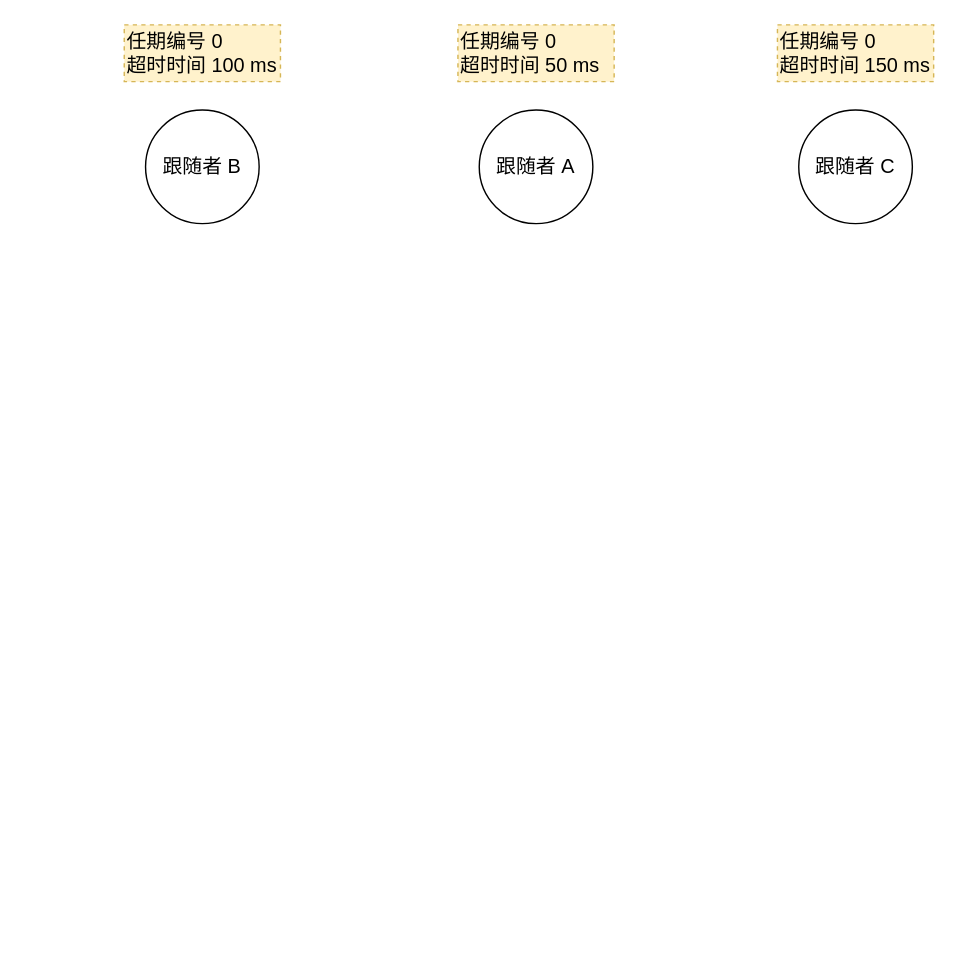
This is raft_elect.drawio from ming3000/draw_io, a draw.io file, before an edit. Source tidied: cells renumbered, new cells numbered last; positions are measured from the earlier drawing's top-left corner, leaving out a move shared by most shapes. Both pictures are drawn from the tidied source at 142%, with x=0, y=0 at pixel (124, 24).
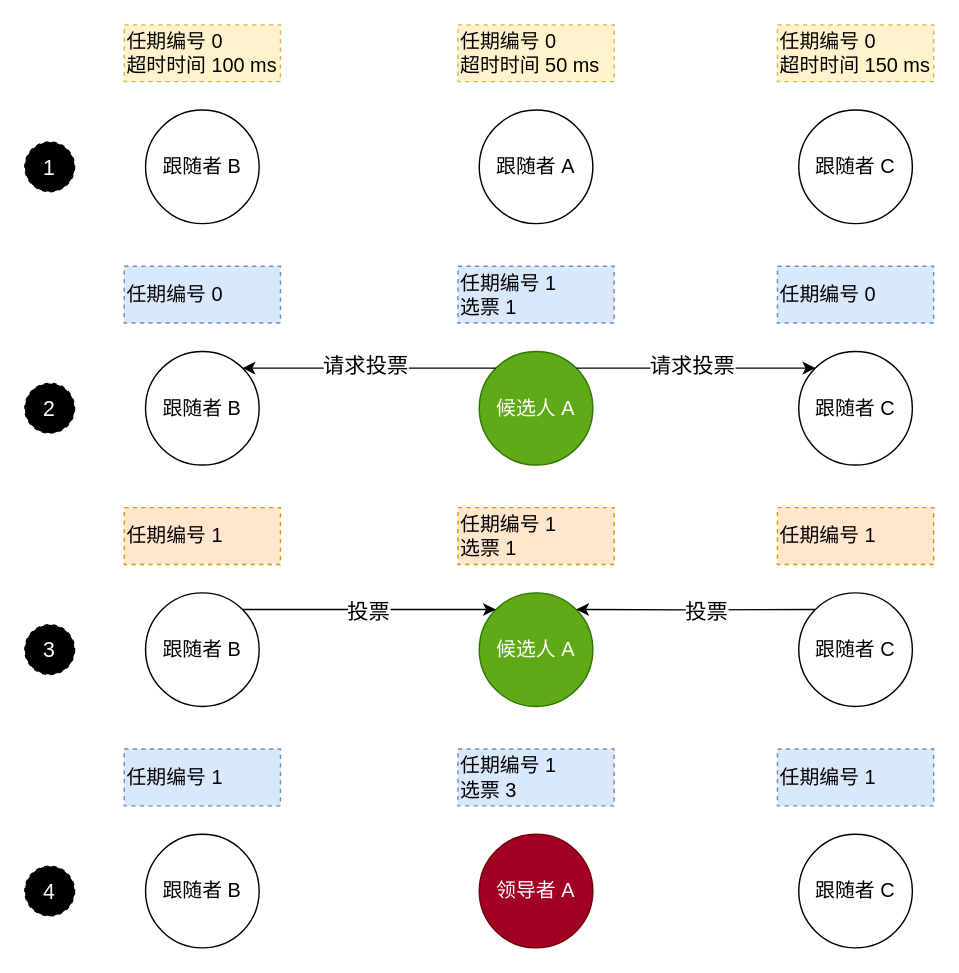
After the change.

Diff of the diagram source:
```diff
@@
+    <mxCell id="8" value="1" style="ellipse;whiteSpace=wrap;html=1;dashed=1;fontSize=15;fillColor=#000000;fontColor=#FFFFFF;" parent="1" vertex="1">
+      <mxGeometry x="-70" y="82.5" width="35" height="35" as="geometry" />
+    </mxCell>
+    <mxCell id="9" value="候选人 A" style="ellipse;whiteSpace=wrap;html=1;fontSize=14;fillColor=#60a917;fontColor=#ffffff;strokeColor=#2D7600;" parent="1" vertex="1">
+      <mxGeometry x="250" y="230" width="80" height="80" as="geometry" />
+    </mxCell>
+    <mxCell id="10" value="任期编号 1&lt;br&gt;选票 1" style="rounded=0;whiteSpace=wrap;html=1;fontSize=14;align=left;dashed=1;fillColor=#dae8fc;strokeColor=#6c8ebf;" parent="1" vertex="1">
+      <mxGeometry x="235" y="170" width="110" height="40" as="geometry" />
+    </mxCell>
+    <mxCell id="11" value="跟随者 B" style="ellipse;whiteSpace=wrap;html=1;fontSize=14;" parent="1" vertex="1">
+      <mxGeometry x="15" y="230" width="80" height="80" as="geometry" />
+    </mxCell>
+    <mxCell id="12" value="任期编号 0" style="rounded=0;whiteSpace=wrap;html=1;fontSize=14;align=left;dashed=1;fillColor=#dae8fc;strokeColor=#6c8ebf;" parent="1" vertex="1">
+      <mxGeometry y="170" width="110" height="40" as="geometry" />
+    </mxCell>
+    <mxCell id="13" value="跟随者 C" style="ellipse;whiteSpace=wrap;html=1;fontSize=14;" parent="1" vertex="1">
+      <mxGeometry x="475" y="230" width="80" height="80" as="geometry" />
+    </mxCell>
+    <mxCell id="14" value="任期编号 0" style="rounded=0;whiteSpace=wrap;html=1;fontSize=14;align=left;dashed=1;fillColor=#dae8fc;strokeColor=#6c8ebf;" parent="1" vertex="1">
+      <mxGeometry x="460" y="170" width="110" height="40" as="geometry" />
+    </mxCell>
+    <mxCell id="15" value="2" style="ellipse;whiteSpace=wrap;html=1;dashed=1;fontSize=15;fillColor=#000000;fontColor=#FFFFFF;" parent="1" vertex="1">
+      <mxGeometry x="-70" y="252.5" width="35" height="35" as="geometry" />
+    </mxCell>
+    <mxCell id="16" style="endArrow=classic;html=1;rounded=0;fontSize=15;fontColor=#FFFFFF;exitX=0;exitY=0;exitDx=0;exitDy=0;entryX=1;entryY=0;entryDx=0;entryDy=0;" parent="1" edge="1" source="9" target="11">
+      <mxGeometry relative="1" as="geometry" />
+    </mxCell>
+    <mxCell id="17" value="请求投票" style="edgeLabel;html=1;align=center;verticalAlign=middle;fontSize=15;fontColor=#000000;" parent="16" vertex="1">
+      <mxGeometry x="0.3" y="2" relative="1" as="geometry">
+        <mxPoint x="24" y="-4" as="offset" />
+      </mxGeometry>
+    </mxCell>
+    <mxCell id="18" style="endArrow=classic;html=1;rounded=0;fontSize=15;fontColor=#FFFFFF;exitX=1;exitY=0;exitDx=0;exitDy=0;entryX=0;entryY=0;entryDx=0;entryDy=0;" parent="1" edge="1" source="9" target="13">
+      <mxGeometry relative="1" as="geometry" />
+    </mxCell>
+    <mxCell id="19" value="请求投票" style="edgeLabel;html=1;align=center;verticalAlign=middle;fontSize=15;fontColor=#000000;" parent="18" vertex="1">
+      <mxGeometry x="0.3" y="2" relative="1" as="geometry">
+        <mxPoint x="-28" as="offset" />
+      </mxGeometry>
+    </mxCell>
+    <mxCell id="20" value="候选人 A" style="ellipse;whiteSpace=wrap;html=1;fontSize=14;fillColor=#60a917;fontColor=#ffffff;strokeColor=#2D7600;" parent="1" vertex="1">
+      <mxGeometry x="250" y="400" width="80" height="80" as="geometry" />
+    </mxCell>
+    <mxCell id="21" value="任期编号 1&lt;br&gt;选票 1" style="rounded=0;whiteSpace=wrap;html=1;fontSize=14;align=left;dashed=1;fillColor=#ffe6cc;strokeColor=#d79b00;" parent="1" vertex="1">
+      <mxGeometry x="235" y="340" width="110" height="40" as="geometry" />
+    </mxCell>
+    <mxCell id="22" value="跟随者 B" style="ellipse;whiteSpace=wrap;html=1;fontSize=14;" parent="1" vertex="1">
+      <mxGeometry x="15" y="400" width="80" height="80" as="geometry" />
+    </mxCell>
+    <mxCell id="23" value="任期编号 1" style="rounded=0;whiteSpace=wrap;html=1;fontSize=14;align=left;dashed=1;fillColor=#ffe6cc;strokeColor=#d79b00;" parent="1" vertex="1">
+      <mxGeometry y="340" width="110" height="40" as="geometry" />
+    </mxCell>
+    <mxCell id="24" value="跟随者 C" style="ellipse;whiteSpace=wrap;html=1;fontSize=14;" parent="1" vertex="1">
+      <mxGeometry x="475" y="400" width="80" height="80" as="geometry" />
+    </mxCell>
+    <mxCell id="25" value="任期编号 1" style="rounded=0;whiteSpace=wrap;html=1;fontSize=14;align=left;dashed=1;fillColor=#ffe6cc;strokeColor=#d79b00;" parent="1" vertex="1">
+      <mxGeometry x="460" y="340" width="110" height="40" as="geometry" />
+    </mxCell>
+    <mxCell id="26" value="3" style="ellipse;whiteSpace=wrap;html=1;dashed=1;fontSize=15;fillColor=#000000;fontColor=#FFFFFF;" parent="1" vertex="1">
+      <mxGeometry x="-70" y="422.5" width="35" height="35" as="geometry" />
+    </mxCell>
+    <mxCell id="27" value="领导者 A" style="ellipse;whiteSpace=wrap;html=1;fontSize=14;fillColor=#a20025;fontColor=#ffffff;strokeColor=#6F0000;" parent="1" vertex="1">
+      <mxGeometry x="250" y="570" width="80" height="80" as="geometry" />
+    </mxCell>
+    <mxCell id="28" value="任期编号 1&lt;br&gt;选票 3" style="rounded=0;whiteSpace=wrap;html=1;fontSize=14;align=left;dashed=1;fillColor=#dae8fc;strokeColor=#6c8ebf;" parent="1" vertex="1">
+      <mxGeometry x="235" y="510" width="110" height="40" as="geometry" />
+    </mxCell>
+    <mxCell id="29" value="跟随者 B" style="ellipse;whiteSpace=wrap;html=1;fontSize=14;" parent="1" vertex="1">
+      <mxGeometry x="15" y="570" width="80" height="80" as="geometry" />
+    </mxCell>
+    <mxCell id="30" value="任期编号 1" style="rounded=0;whiteSpace=wrap;html=1;fontSize=14;align=left;dashed=1;fillColor=#dae8fc;strokeColor=#6c8ebf;" parent="1" vertex="1">
+      <mxGeometry y="510" width="110" height="40" as="geometry" />
+    </mxCell>
+    <mxCell id="31" value="跟随者 C" style="ellipse;whiteSpace=wrap;html=1;fontSize=14;" parent="1" vertex="1">
+      <mxGeometry x="475" y="570" width="80" height="80" as="geometry" />
+    </mxCell>
+    <mxCell id="32" value="任期编号 1" style="rounded=0;whiteSpace=wrap;html=1;fontSize=14;align=left;dashed=1;fillColor=#dae8fc;strokeColor=#6c8ebf;" parent="1" vertex="1">
+      <mxGeometry x="460" y="510" width="110" height="40" as="geometry" />
+    </mxCell>
+    <mxCell id="33" value="4" style="ellipse;whiteSpace=wrap;html=1;dashed=1;fontSize=15;fillColor=#000000;fontColor=#FFFFFF;" parent="1" vertex="1">
+      <mxGeometry x="-70" y="592.5" width="35" height="35" as="geometry" />
+    </mxCell>
+    <mxCell id="34" style="endArrow=classic;html=1;rounded=0;fontSize=15;fontColor=#000000;exitX=1;exitY=0;exitDx=0;exitDy=0;entryX=0;entryY=0;entryDx=0;entryDy=0;" parent="1" edge="1" source="22" target="20">
+      <mxGeometry relative="1" as="geometry" />
+    </mxCell>
+    <mxCell id="35" value="投票" style="edgeLabel;html=1;align=center;verticalAlign=middle;fontSize=15;fontColor=#000000;" parent="34" vertex="1">
+      <mxGeometry x="0.23" y="-1" relative="1" as="geometry">
+        <mxPoint x="-22" as="offset" />
+      </mxGeometry>
+    </mxCell>
+    <mxCell id="36" style="endArrow=classic;html=1;rounded=0;fontSize=15;fontColor=#000000;exitX=0;exitY=0;exitDx=0;exitDy=0;entryX=1;entryY=0;entryDx=0;entryDy=0;" parent="1" edge="1" source="24" target="20">
+      <mxGeometry relative="1" as="geometry">
+        <Array as="points">
+          <mxPoint x="400" y="412" />
+        </Array>
+      </mxGeometry>
+    </mxCell>
+    <mxCell id="37" value="投票" style="edgeLabel;html=1;align=center;verticalAlign=middle;fontSize=15;fontColor=#000000;" parent="36" vertex="1">
+      <mxGeometry x="-0.33" y="1" relative="1" as="geometry">
+        <mxPoint x="-21" as="offset" />
+      </mxGeometry>
+    </mxCell>
```
